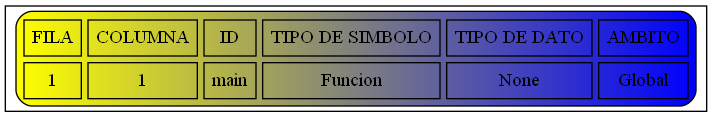
Earlier version of the Graphviz export Simbolos.png (JoseMore99/OLC2_P1_201701015). Its source is kept beside it as Simbolos.dot.
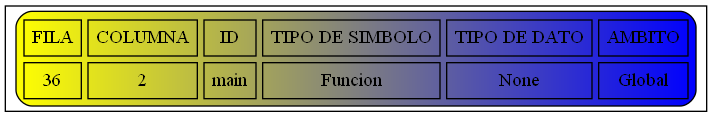
After the change.

Diff of the diagram source:
```diff
@@ -2,6 +2,6 @@
 node [shape=record];
 a0 [label=<<TABLE border="1" cellspacing="5" cellpadding="5" style="rounded" bgcolor="yellow:blue">
 "<TR><TD>FILA</TD><TD>COLUMNA</TD><TD>ID</TD><TD>TIPO DE SIMBOLO</TD><TD>TIPO DE DATO</TD><TD>AMBITO</TD></TR>
-<TR><TD>1</TD><TD>1</TD><TD>main</TD><TD>Funcion</TD><TD>None</TD><TD>Global</TD></TR>
+<TR><TD>36</TD><TD>2</TD><TD>main</TD><TD>Funcion</TD><TD>None</TD><TD>Global</TD></TR>
 </TABLE>>];
 }
```
